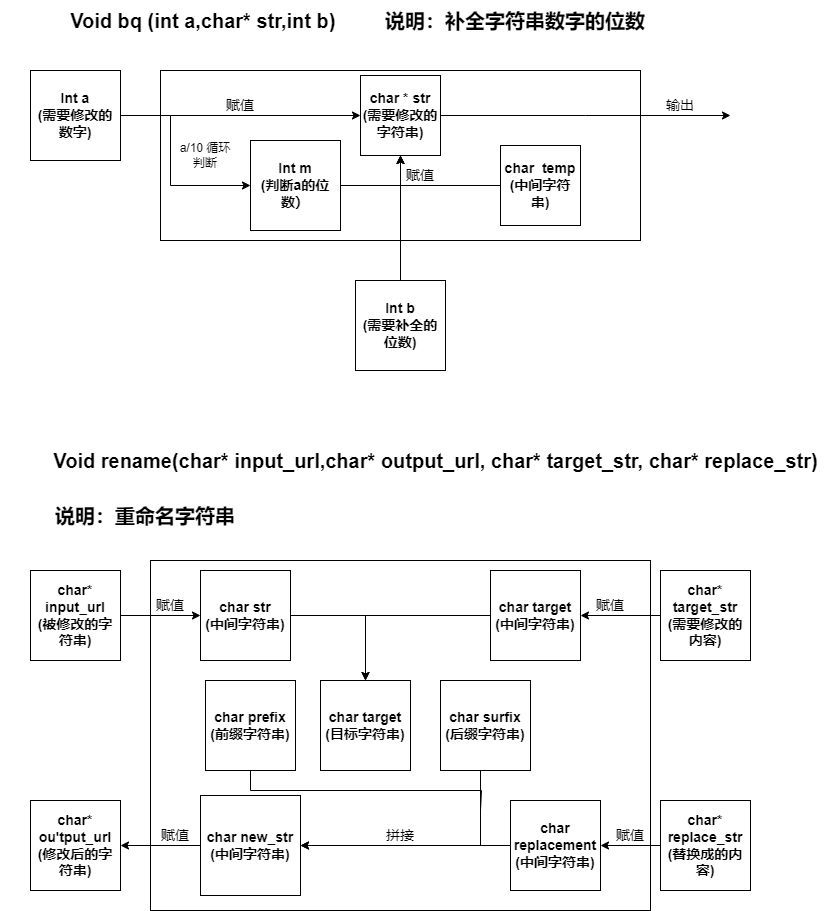
Above: file/代码/picture/add_name_number.png in zeff163/stackedit-app-data (draw.io), before the change. Source tidied: cells renumbered, new cells last; positions are measured from the earlier drawing's top-left corner, leaving out a move shared by most shapes.
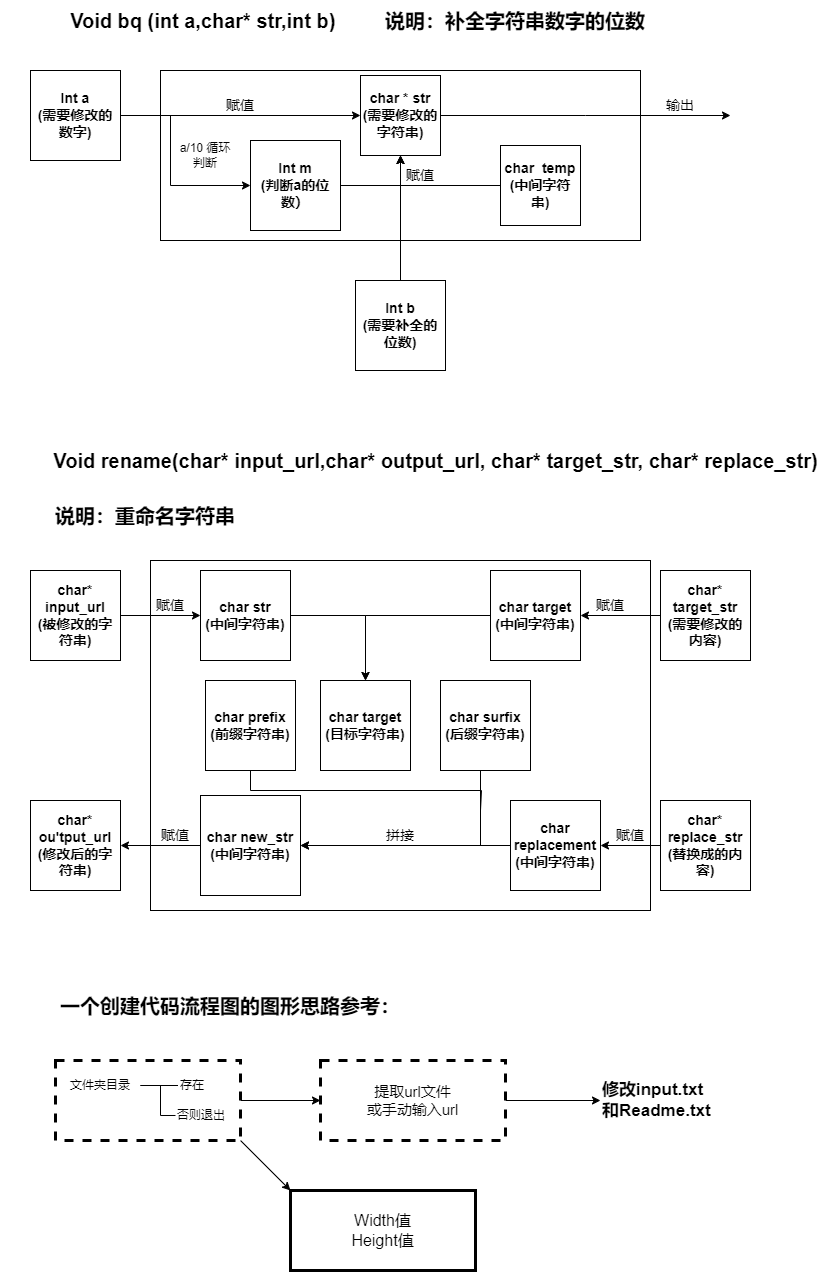
Later version of the same file.

What changed in the source:
```diff
@@ -157,5 +157,44 @@
     <mxCell id="47" value="&lt;font style=&quot;font-size: 14px;&quot;&gt;赋值&lt;/font&gt;" style="text;strokeColor=none;align=center;fillColor=none;html=1;verticalAlign=middle;whiteSpace=wrap;rounded=0;" parent="1" vertex="1">
       <mxGeometry x="600" y="820" width="60" height="30" as="geometry" />
     </mxCell>
+    <mxCell id="48" value="&lt;b&gt;&lt;font style=&quot;font-size: 20px;&quot;&gt;一个创建代码流程图的图形思路参考：&lt;/font&gt;&lt;/b&gt;" style="text;strokeColor=none;align=center;fillColor=none;html=1;verticalAlign=middle;whiteSpace=wrap;rounded=0;" parent="1" vertex="1">
+      <mxGeometry x="40" y="990" width="380" height="30" as="geometry" />
+    </mxCell>
+    <mxCell id="49" style="rounded=0;jettySize=auto;html=1;exitX=1;exitY=1;exitDx=0;exitDy=0;entryX=0;entryY=0;entryDx=0;entryDy=0;" parent="1" edge="1" source="51" target="59">
+      <mxGeometry relative="1" as="geometry" />
+    </mxCell>
+    <mxCell id="50" style="edgeStyle=orthogonalEdgeStyle;rounded=0;jettySize=auto;html=1;entryX=0;entryY=0.5;entryDx=0;entryDy=0;" parent="1" edge="1" source="51" target="58">
+      <mxGeometry relative="1" as="geometry" />
+    </mxCell>
+    <mxCell id="51" style="rounded=0;whiteSpace=wrap;html=1;dashed=1;strokeWidth=3;" parent="1" vertex="1">
+      <mxGeometry x="55" y="1060" width="185" height="80" as="geometry" />
+    </mxCell>
+    <mxCell id="52" style="edgeStyle=orthogonalEdgeStyle;rounded=0;jettySize=auto;html=1;entryX=0;entryY=0.5;entryDx=0;entryDy=0;endArrow=none;startFill=0;" parent="1" edge="1" source="53" target="55">
+      <mxGeometry relative="1" as="geometry" />
+    </mxCell>
+    <mxCell id="53" value="文件夹目录" style="text;strokeColor=none;align=center;fillColor=none;html=1;verticalAlign=middle;whiteSpace=wrap;rounded=0;" parent="1" vertex="1">
+      <mxGeometry x="60" y="1070" width="80" height="30" as="geometry" />
+    </mxCell>
+    <mxCell id="54" value="存在" style="text;strokeColor=none;align=left;fillColor=none;html=1;verticalAlign=middle;whiteSpace=wrap;rounded=0;" parent="1" vertex="1">
+      <mxGeometry x="177.5" y="1070" width="80" height="30" as="geometry" />
+    </mxCell>
+    <mxCell id="55" value="否则退出" style="text;strokeColor=none;align=left;fillColor=none;html=1;verticalAlign=middle;whiteSpace=wrap;rounded=0;" parent="1" vertex="1">
+      <mxGeometry x="175" y="1100" width="80" height="30" as="geometry" />
+    </mxCell>
+    <mxCell id="56" style="endArrow=none;html=1;rounded=0;entryX=0;entryY=0.5;entryDx=0;entryDy=0;" parent="1" edge="1" source="53" target="54">
+      <mxGeometry relative="1" as="geometry" />
+    </mxCell>
+    <mxCell id="57" style="edgeStyle=orthogonalEdgeStyle;rounded=0;jettySize=auto;html=1;exitX=1;exitY=0.5;exitDx=0;exitDy=0;" parent="1" edge="1" source="58" target="60">
+      <mxGeometry relative="1" as="geometry" />
+    </mxCell>
+    <mxCell id="58" value="&lt;font style=&quot;font-size: 15px;&quot;&gt;提取url文件&lt;/font&gt;&lt;div&gt;&lt;font style=&quot;font-size: 15px;&quot;&gt;或手动输入url&lt;/font&gt;&lt;/div&gt;" style="rounded=0;whiteSpace=wrap;html=1;dashed=1;strokeWidth=3;" parent="1" vertex="1">
+      <mxGeometry x="320" y="1060" width="185" height="80" as="geometry" />
+    </mxCell>
+    <mxCell id="59" value="&lt;font style=&quot;font-size: 16px;&quot;&gt;Width值&lt;/font&gt;&lt;div&gt;&lt;font style=&quot;font-size: 16px;&quot;&gt;Height值&lt;/font&gt;&lt;/div&gt;" style="rounded=0;whiteSpace=wrap;html=1;strokeWidth=3;" parent="1" vertex="1">
+      <mxGeometry x="290" y="1190" width="185" height="80" as="geometry" />
+    </mxCell>
+    <mxCell id="60" value="&lt;font style=&quot;font-size: 17px;&quot;&gt;&lt;b style=&quot;&quot;&gt;修改input.txt和Readme.txt&lt;/b&gt;&lt;/font&gt;" style="text;strokeColor=none;align=left;fillColor=none;html=1;verticalAlign=middle;whiteSpace=wrap;rounded=0;" parent="1" vertex="1">
+      <mxGeometry x="600" y="1050" width="120" height="100" as="geometry" />
+    </mxCell>
   </root>
 </mxGraphModel>
```
